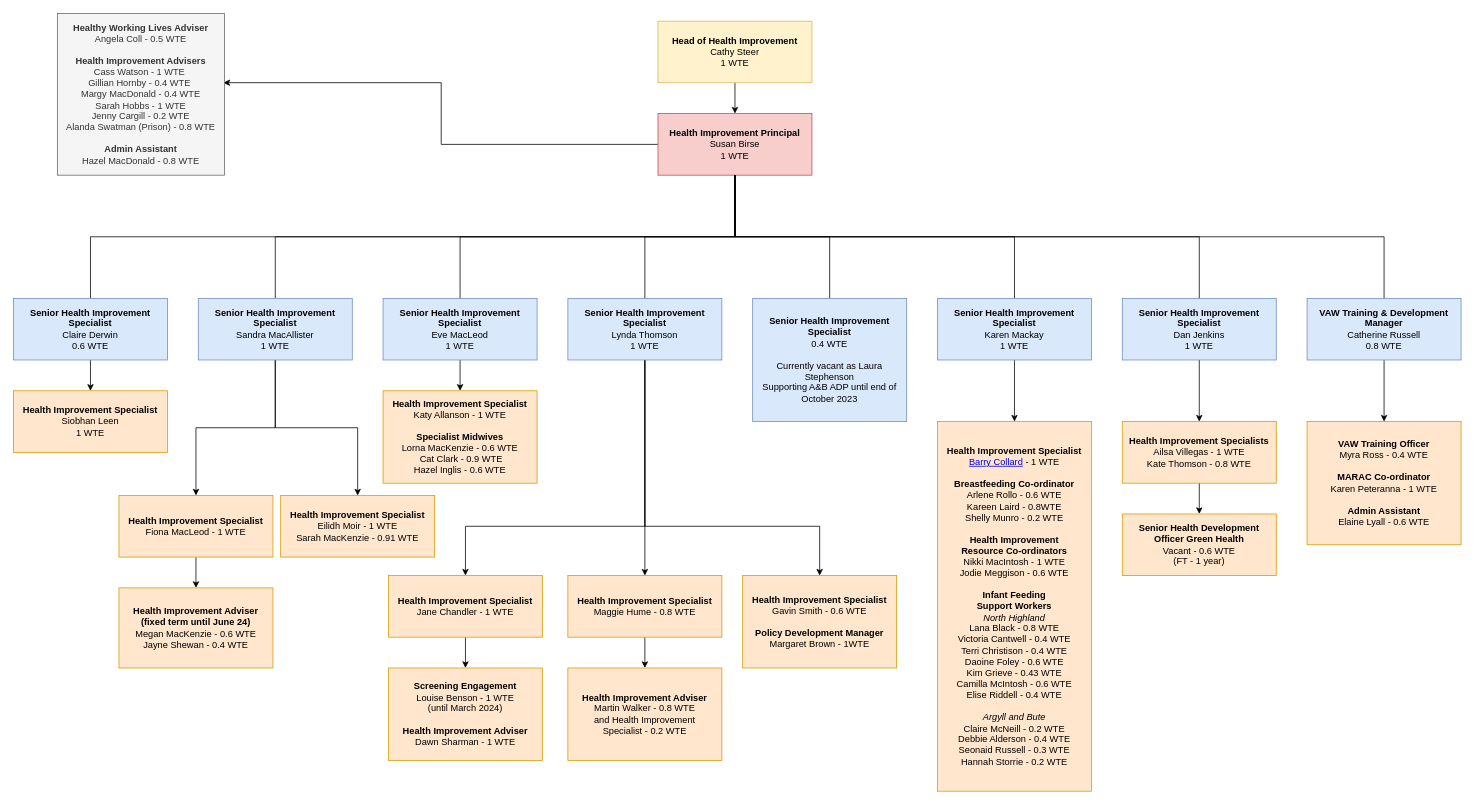
Above: Untitled Diagram.drawio in barrycollard/staffOrgChart (draw.io), before the change. Source tidied: cells renumbered, new cells numbered last; positions are measured from the earlier drawing's top-left corner, leaving out a move shared by most shapes. Both pictures are drawn from the tidied source at 77%, with x=0, y=0 at pixel (13, 13).
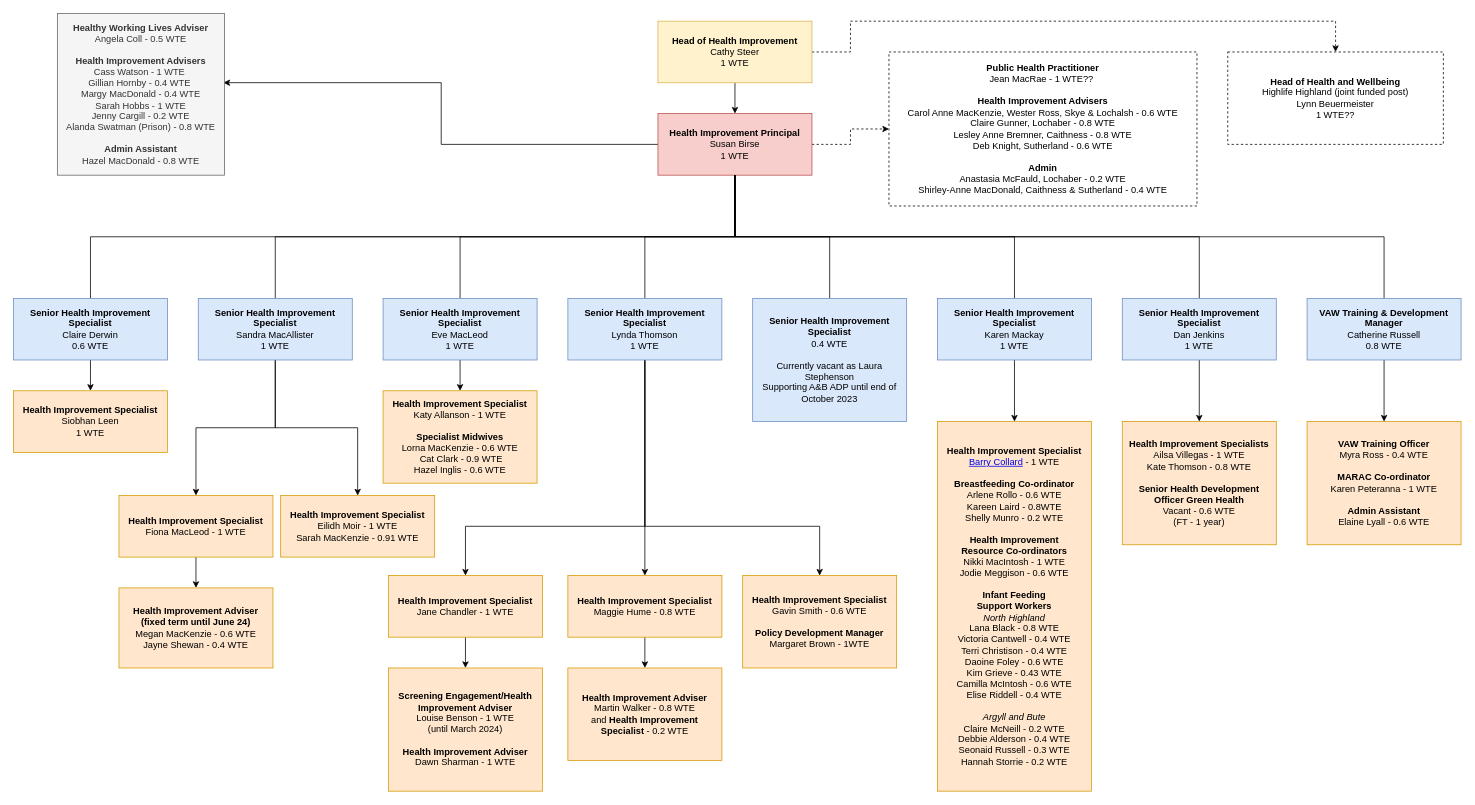
The same diagram, later.

Unchanged cells that the change refers to:
```xml
<mxCell id="3" value="&lt;b&gt;Head of Health Improvement&lt;/b&gt;&lt;br&gt;Cathy Steer&lt;br&gt;1 WTE" style="rounded=0;whiteSpace=wrap;html=1;align=center;fillColor=#fff2cc;strokeColor=#d6b656;" parent="1" vertex="1">
  <mxGeometry x="837" y="10" width="200" height="80" as="geometry" />
</mxCell>
<mxCell id="5" value="&lt;b&gt;Health Improvement Principal&lt;br&gt;&lt;/b&gt;Susan Birse&lt;br&gt;1 WTE" style="rounded=0;whiteSpace=wrap;html=1;align=center;fillColor=#f8cecc;strokeColor=#b85450;" parent="1" vertex="1">
  <mxGeometry x="837" y="130" width="200" height="80" as="geometry" />
</mxCell>
```

The edit, as a diff of the source:
```diff
@@
+    <mxCell id="51" style="edgeStyle=orthogonalEdgeStyle;rounded=0;jettySize=auto;html=1;entryX=0.5;entryY=0;entryDx=0;entryDy=0;dashed=1;" parent="1" edge="1" source="3" target="54">
+      <mxGeometry relative="1" as="geometry">
+        <Array as="points">
+          <mxPoint x="1087" y="50" />
+          <mxPoint x="1087" y="10" />
+          <mxPoint x="1717" y="10" />
+        </Array>
+      </mxGeometry>
+    </mxCell>
@@
+    <mxCell id="52" style="edgeStyle=orthogonalEdgeStyle;rounded=0;jettySize=auto;html=1;dashed=1;" parent="1" edge="1" source="5" target="53">
+      <mxGeometry relative="1" as="geometry" />
+    </mxCell>
@@
-    <mxCell id="34" value="&lt;div&gt;&lt;b&gt;Screening Engagement&lt;/b&gt;&lt;/div&gt;&lt;div&gt;Louise Benson - 1 WTE&lt;br&gt;(until March 2024)&lt;/div&gt;&lt;div&gt;&lt;b&gt;&lt;br&gt;&lt;/b&gt;&lt;/div&gt;&lt;div&gt;&lt;b&gt;Health Improvement Adviser&lt;/b&gt;&lt;/div&gt;&lt;div&gt;Dawn Sharman - 1 WTE&lt;/div&gt;" style="rounded=0;whiteSpace=wrap;html=1;fillColor=#ffe6cc;strokeColor=#d79b00;" parent="1" vertex="1">
-      <mxGeometry x="487" y="850" width="200" height="120" as="geometry" />
+    <mxCell id="34" value="&lt;b&gt;Screening Engagement/Health Improvement Adviser&lt;/b&gt;&lt;div&gt;Louise Benson - 1 WTE&lt;br&gt;&lt;/div&gt;&lt;div&gt;(until March 2024)&lt;/div&gt;&lt;div&gt;&lt;b&gt;&lt;br&gt;&lt;/b&gt;&lt;/div&gt;&lt;div&gt;&lt;b&gt;Health Improvement Adviser&lt;/b&gt;&lt;/div&gt;&lt;div&gt;Dawn Sharman - 1 WTE&lt;/div&gt;" style="rounded=0;whiteSpace=wrap;html=1;fillColor=#ffe6cc;strokeColor=#d79b00;" parent="1" vertex="1">
+      <mxGeometry x="487" y="850" width="200" height="160" as="geometry" />
     </mxCell>
@@
-    <mxCell id="41" style="edgeStyle=orthogonalEdgeStyle;rounded=0;jettySize=auto;html=1;entryX=0.5;entryY=0;entryDx=0;entryDy=0;" parent="1" edge="1" source="42" target="50">
-      <mxGeometry relative="1" as="geometry" />
-    </mxCell>
-    <mxCell id="42" value="&lt;div&gt;&lt;b&gt;Health Improvement Specialists&lt;/b&gt;&lt;/div&gt;&lt;div style=&quot;border-color: var(--border-color);&quot;&gt;Ailsa Villegas -&amp;nbsp;&lt;span style=&quot;background-color: initial;&quot;&gt;1 WTE&lt;/span&gt;&lt;/div&gt;Kate Thomson&amp;nbsp;&lt;span style=&quot;background-color: initial;&quot;&gt;- 0.8 WTE&lt;br&gt;&lt;/span&gt;" style="rounded=0;whiteSpace=wrap;html=1;fillColor=#ffe6cc;strokeColor=#d79b00;" parent="1" vertex="1">
-      <mxGeometry x="1440" y="530" width="200" height="80" as="geometry" />
+    <mxCell id="42" value="&lt;div&gt;&lt;b&gt;Health Improvement Specialists&lt;/b&gt;&lt;/div&gt;&lt;div style=&quot;border-color: var(--border-color);&quot;&gt;Ailsa Villegas -&amp;nbsp;&lt;span style=&quot;background-color: initial;&quot;&gt;1 WTE&lt;/span&gt;&lt;/div&gt;Kate Thomson&amp;nbsp;- 0.8 WTE&lt;br&gt;&lt;br&gt;&lt;div style=&quot;border-color: var(--border-color);&quot;&gt;&lt;b style=&quot;border-color: var(--border-color); background-color: initial;&quot;&gt;Senior Health Development Officer Green Health&lt;/b&gt;&lt;br style=&quot;border-color: var(--border-color);&quot;&gt;&lt;/div&gt;&lt;div style=&quot;border-color: var(--border-color);&quot;&gt;Vacant - 0.6 WTE&lt;br style=&quot;border-color: var(--border-color);&quot;&gt;(FT - 1 year)&lt;/div&gt;" style="rounded=0;whiteSpace=wrap;html=1;fillColor=#ffe6cc;strokeColor=#d79b00;" parent="1" vertex="1">
+      <mxGeometry x="1440" y="530" width="200" height="160" as="geometry" />
     </mxCell>
@@
-    <mxCell id="44" value="&lt;div&gt;&lt;b&gt;Health Improvement Adviser&lt;/b&gt;&lt;/div&gt;&lt;div&gt;&lt;div&gt;Martin Walker - 0.8 WTE &lt;br&gt;and&amp;nbsp;&lt;span style=&quot;background-color: initial;&quot;&gt;Health Improvement &lt;br&gt;Specialist - 0.2 WTE&lt;/span&gt;&lt;/div&gt;&lt;/div&gt;" style="rounded=0;whiteSpace=wrap;html=1;fillColor=#ffe6cc;strokeColor=#d79b00;" parent="1" vertex="1">
+    <mxCell id="44" value="&lt;div&gt;&lt;b&gt;Health Improvement Adviser&lt;/b&gt;&lt;/div&gt;&lt;div&gt;&lt;div&gt;Martin Walker - 0.8 WTE &lt;br&gt;and&amp;nbsp;&lt;span style=&quot;background-color: initial;&quot;&gt;&lt;b&gt;Health Improvement &lt;br&gt;Specialist&lt;/b&gt; - 0.2 WTE&lt;/span&gt;&lt;/div&gt;&lt;/div&gt;" style="rounded=0;whiteSpace=wrap;html=1;fillColor=#ffe6cc;strokeColor=#d79b00;" parent="1" vertex="1">
       <mxGeometry x="720" y="850" width="200" height="120" as="geometry" />
     </mxCell>
@@
-    <mxCell id="50" value="&lt;div&gt;&lt;b style=&quot;background-color: initial;&quot;&gt;Senior Health Development Officer Green Health&lt;/b&gt;&lt;br&gt;&lt;/div&gt;&lt;div&gt;Vacant - 0.6 WTE&lt;br&gt;(FT - 1 year)&lt;/div&gt;" style="rounded=0;whiteSpace=wrap;html=1;fillColor=#ffe6cc;strokeColor=#d79b00;" parent="1" vertex="1">
-      <mxGeometry x="1440" y="650" width="200" height="80" as="geometry" />
-    </mxCell>
+    <mxCell id="53" value="&lt;div style=&quot;border-color: var(--border-color);&quot;&gt;&lt;div style=&quot;border-color: var(--border-color);&quot;&gt;&lt;b&gt;Public Health Practitioner&lt;/b&gt;&lt;/div&gt;&lt;div style=&quot;border-color: var(--border-color);&quot;&gt;Jean MacRae - 1 WTE??&amp;nbsp;&lt;br&gt;&lt;/div&gt;&lt;div style=&quot;border-color: var(--border-color);&quot;&gt;&lt;br&gt;&lt;/div&gt;&lt;div style=&quot;border-color: var(--border-color);&quot;&gt;&lt;b&gt;Health Improvement Advisers&lt;/b&gt;&lt;/div&gt;&lt;div style=&quot;border-color: var(--border-color);&quot;&gt;Carol Anne MacKenzie, Wester Ross, Skye &amp;amp; Lochalsh - 0.6 WTE&lt;/div&gt;&lt;div style=&quot;border-color: var(--border-color);&quot;&gt;Claire Gunner, Lochaber - 0.8 WTE&lt;/div&gt;&lt;div style=&quot;border-color: var(--border-color);&quot;&gt;Lesley Anne Bremner, Caithness - 0.8 WTE&lt;/div&gt;&lt;div style=&quot;border-color: var(--border-color);&quot;&gt;Deb Knight, Sutherland - 0.6 WTE&lt;/div&gt;&lt;div style=&quot;border-color: var(--border-color);&quot;&gt;&lt;br&gt;&lt;/div&gt;&lt;div style=&quot;border-color: var(--border-color);&quot;&gt;&lt;b&gt;Admin&lt;/b&gt;&lt;/div&gt;&lt;div style=&quot;border-color: var(--border-color);&quot;&gt;&lt;span style=&quot;background-color: initial;&quot;&gt;Anastasia McFauld, Lochaber - 0.2 WTE&lt;/span&gt;&lt;br&gt;&lt;/div&gt;&lt;div style=&quot;border-color: var(--border-color);&quot;&gt;Shirley-Anne MacDonald, Caithness &amp;amp; Sutherland - 0.4 WTE&lt;/div&gt;&lt;/div&gt;" style="rounded=0;whiteSpace=wrap;html=1;dashed=1;" parent="1" vertex="1">
+      <mxGeometry x="1137" y="50" width="400" height="200" as="geometry" />
+    </mxCell>
+    <mxCell id="54" value="&lt;div&gt;&lt;span style=&quot;background-color: initial;&quot;&gt;&lt;b&gt;Head of Health and Wellbeing&lt;/b&gt;&lt;/span&gt;&lt;br&gt;&lt;/div&gt;&lt;div&gt;Highlife Highland (joint funded post)&lt;/div&gt;&lt;div&gt;&lt;div style=&quot;border-color: var(--border-color);&quot;&gt;Lynn Beuermeister&lt;/div&gt;&lt;/div&gt;&lt;div style=&quot;border-color: var(--border-color);&quot;&gt;1 WTE??&lt;/div&gt;" style="rounded=0;whiteSpace=wrap;html=1;dashed=1;" parent="1" vertex="1">
+      <mxGeometry x="1577" y="50" width="280" height="120" as="geometry" />
+    </mxCell>
```
